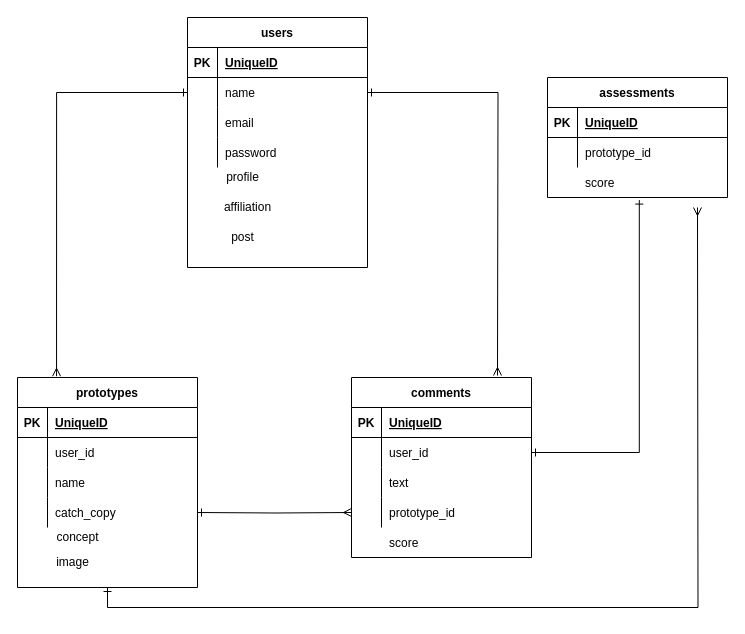
Earlier version of the draw.io diagram protospece.dio (koukikki/protospace-fukui2021-FKYee). Source tidied: cells renumbered, new cells numbered last; positions are measured from the earlier drawing's top-left corner, leaving out a move shared by most shapes. Both pictures are drawn from the tidied source at 100%, with x=0, y=0 at pixel (17, 17).
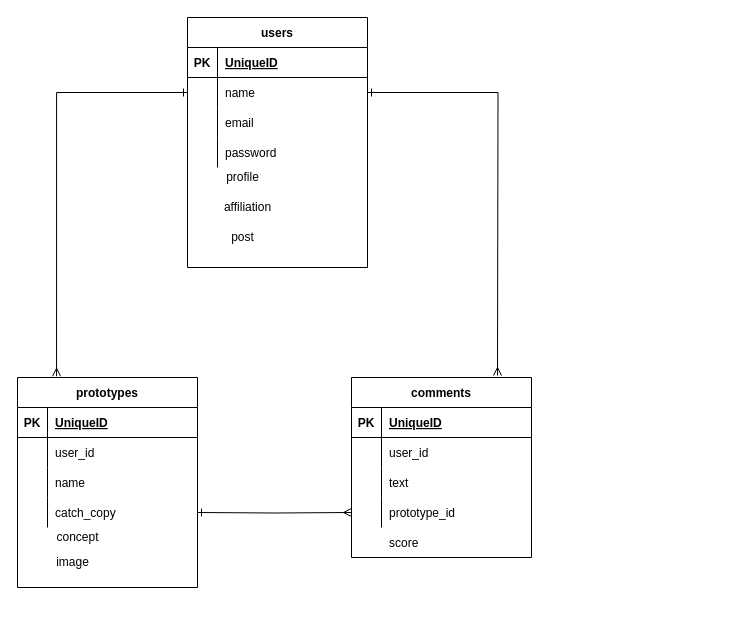
The same diagram, later.

Commit message (it also covers changes not shown here):
ターブルの削除

The change refers to these unchanged cells:
```xml
<mxCell id="3" value="prototypes" style="shape=table;startSize=30;childLayout=tableLayout;rowLines=0;fontStyle=1;align=center;" parent="1" vertex="1">
  <mxGeometry y="360" width="180" height="210" as="geometry" />
</mxCell>
<mxCell id="20" style="shape=partialRectangle;fillColor=none;top=0;left=0;bottom=0;right=0;points=[[0,0.5],[1,0.5]];portConstraint=eastwest;" parent="16" vertex="1">
  <mxGeometry y="60" width="180" height="30" as="geometry" />
</mxCell>
```

Change to the diagram source:
```diff
@@
-    <mxCell id="2" style="edgeStyle=orthogonalEdgeStyle;rounded=0;jettySize=auto;html=1;exitX=0.5;exitY=1;exitDx=0;exitDy=0;startArrow=ERone;startFill=0;endArrow=ERmany;endFill=0;" parent="1" edge="1" source="3">
-      <mxGeometry relative="1" as="geometry">
-        <mxPoint x="680" y="190" as="targetPoint" />
-      </mxGeometry>
-    </mxCell>
@@
-    <mxCell id="50" value="assessments" style="shape=table;startSize=30;childLayout=tableLayout;rowLines=0;fontStyle=1;align=center;" parent="1" vertex="1">
-      <mxGeometry x="530" y="60" width="180" height="120" as="geometry" />
-    </mxCell>
-    <mxCell id="51" style="shape=partialRectangle;fillColor=none;top=0;left=0;bottom=1;right=0;" parent="50" vertex="1">
-      <mxGeometry y="30" width="180" height="30" as="geometry" />
-    </mxCell>
-    <mxCell id="52" value="PK" style="shape=partialRectangle;fillColor=none;top=0;left=0;bottom=0;right=0;fontStyle=1;overflow=hidden;" parent="51" vertex="1">
-      <mxGeometry width="30" height="30" as="geometry" />
-    </mxCell>
-    <mxCell id="53" value="UniqueID" style="shape=partialRectangle;fillColor=none;top=0;left=0;bottom=0;right=0;align=left;spacingLeft=6;fontStyle=5;overflow=hidden;" parent="51" vertex="1">
-      <mxGeometry x="30" width="150" height="30" as="geometry" />
-    </mxCell>
-    <mxCell id="54" style="shape=partialRectangle;fillColor=none;top=0;left=0;bottom=0;right=0;" parent="50" vertex="1">
-      <mxGeometry y="60" width="180" height="30" as="geometry" />
-    </mxCell>
-    <mxCell id="55" style="shape=partialRectangle;fillColor=none;top=0;left=0;bottom=0;right=0;overflow=hidden;" parent="54" vertex="1">
-      <mxGeometry width="30" height="30" as="geometry" />
-    </mxCell>
-    <mxCell id="56" value="prototype_id" style="shape=partialRectangle;fillColor=none;top=0;left=0;bottom=0;right=0;align=left;spacingLeft=6;overflow=hidden;" parent="54" vertex="1">
-      <mxGeometry x="30" width="150" height="30" as="geometry" />
-    </mxCell>
@@
-    <mxCell id="58" style="edgeStyle=orthogonalEdgeStyle;rounded=0;jettySize=auto;html=1;exitX=1;exitY=0.5;exitDx=0;exitDy=0;endArrow=ERone;endFill=0;startArrow=ERone;startFill=0;entryX=0.51;entryY=1.086;entryDx=0;entryDy=0;entryPerimeter=0;" parent="1" edge="1" source="20" target="59">
-      <mxGeometry relative="1" as="geometry">
-        <Array as="points">
-          <mxPoint x="622" y="435" />
-        </Array>
-      </mxGeometry>
-    </mxCell>
-    <mxCell id="59" style="shape=partialRectangle;fillColor=none;top=0;left=0;bottom=0;right=0;points=[[0,0.5],[1,0.5]];portConstraint=eastwest;" parent="1" vertex="1">
-      <mxGeometry x="530" y="150" width="180" height="30" as="geometry" />
-    </mxCell>
-    <mxCell id="60" style="shape=partialRectangle;fillColor=none;top=0;left=0;bottom=0;right=0;overflow=hidden;" parent="59" vertex="1">
-      <mxGeometry width="30" height="30" as="geometry" />
-    </mxCell>
-    <mxCell id="61" value="score" style="shape=partialRectangle;fillColor=none;top=0;left=0;bottom=0;right=0;align=left;spacingLeft=6;overflow=hidden;" parent="59" vertex="1">
-      <mxGeometry x="30" width="150" height="30" as="geometry" />
-    </mxCell>
```
